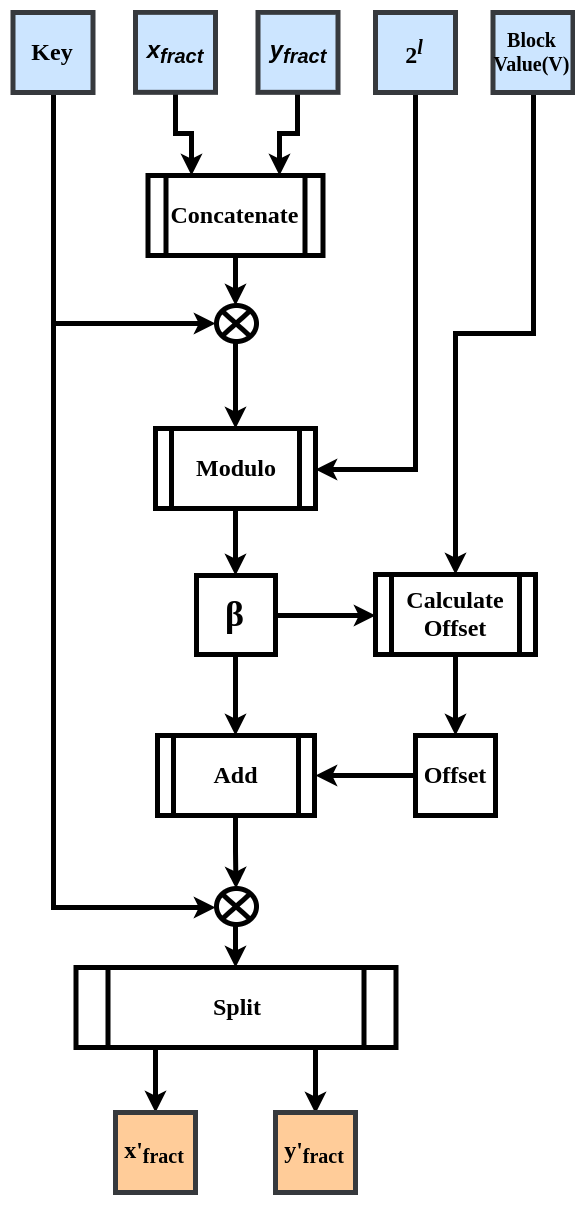
Above: Research paper/Point Shift.png in KriAga/Geo-Encryption-Algorithm (draw.io), before the change. Source tidied: cells renumbered, new cells last; positions are measured from the earlier drawing's top-left corner, leaving out a move shared by most shapes.
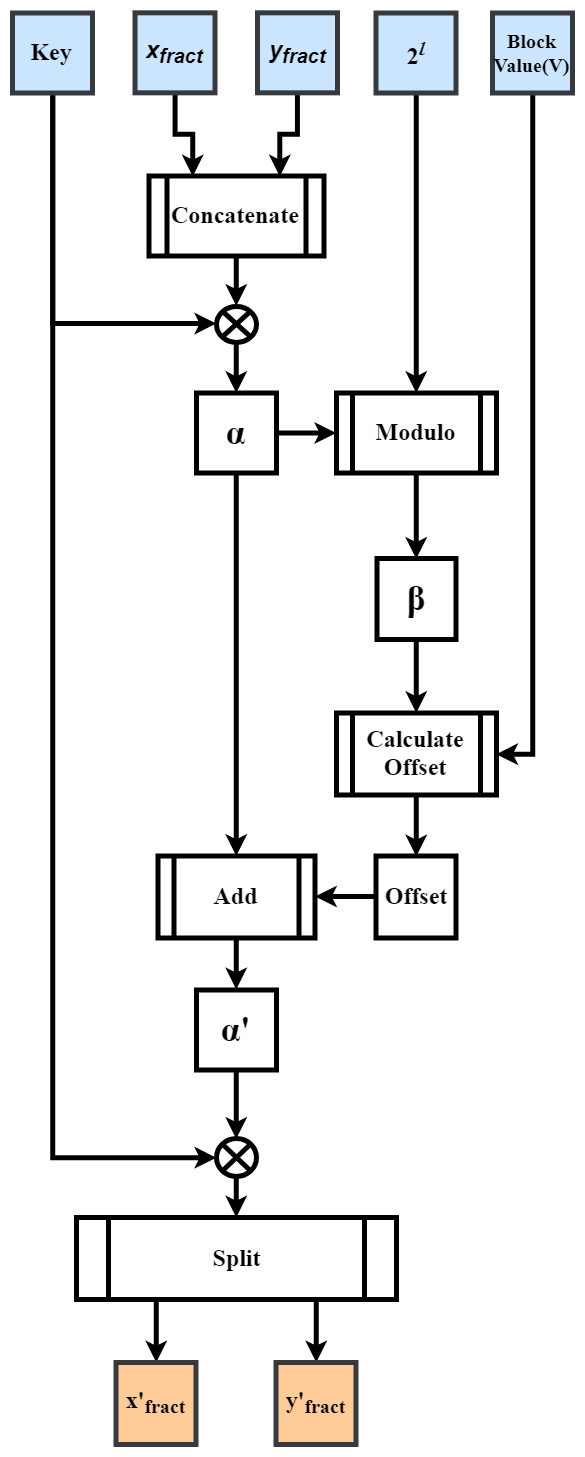
After the commit.

Diff of the diagram source:
```diff
@@ -6,64 +6,61 @@
       <mxGeometry relative="1" as="geometry" />
     </mxCell>
     <mxCell id="3" value="&lt;font style=&quot;font-size: 24px&quot; face=&quot;Times New Roman&quot;&gt;Concatenate&lt;/font&gt;" style="shape=process;whiteSpace=wrap;html=1;backgroundOutline=1;fillColor=none;strokeWidth=5;fontStyle=1;" parent="1" vertex="1">
-      <mxGeometry x="134.5" y="163" width="175" height="80" as="geometry" />
+      <mxGeometry x="-61.5" y="-48.5" width="175" height="80" as="geometry" />
     </mxCell>
-    <mxCell id="4" style="edgeStyle=orthogonalEdgeStyle;rounded=0;jettySize=auto;html=1;exitX=0.5;exitY=1;exitDx=0;exitDy=0;strokeWidth=5;fontStyle=1;" parent="1" edge="1" source="5" target="9">
-      <mxGeometry relative="1" as="geometry" />
-    </mxCell>
+    <mxCell id="35" style="edgeStyle=orthogonalEdgeStyle;rounded=0;jettySize=auto;html=1;exitX=0.5;exitY=1;exitDx=0;exitDy=0;entryX=0.5;entryY=0;entryDx=0;entryDy=0;strokeWidth=5;" parent="1" edge="1" source="5" target="39">
+      <mxGeometry relative="1" as="geometry" />
+    </mxCell>
     <mxCell id="5" style="shape=sumEllipse;perimeter=ellipsePerimeter;whiteSpace=wrap;html=1;backgroundOutline=1;fillColor=none;strokeWidth=5;fontStyle=1;" parent="1" vertex="1">
-      <mxGeometry x="202.5" y="293" width="40" height="36" as="geometry" />
+      <mxGeometry x="6" y="81.5" width="40" height="36" as="geometry" />
     </mxCell>
-    <mxCell id="6" style="edgeStyle=orthogonalEdgeStyle;rounded=0;jettySize=auto;html=1;exitX=0.5;exitY=1;exitDx=0;exitDy=0;entryX=1;entryY=0.5;entryDx=0;entryDy=0;strokeWidth=5;fontStyle=1;" parent="1" edge="1" source="7" target="9">
+    <mxCell id="6" style="edgeStyle=orthogonalEdgeStyle;rounded=0;jettySize=auto;html=1;exitX=0.5;exitY=1;exitDx=0;exitDy=0;entryX=0.5;entryY=0;entryDx=0;entryDy=0;strokeWidth=5;" parent="1" edge="1" source="7" target="9">
       <mxGeometry relative="1" as="geometry" />
     </mxCell>
     <mxCell id="7" value="&lt;font style=&quot;font-size: 24px&quot; face=&quot;Times New Roman&quot;&gt;2&lt;i&gt;&lt;sup&gt;l&lt;/sup&gt;&lt;/i&gt;&lt;/font&gt;" style="whiteSpace=wrap;html=1;fillColor=#cce5ff;strokeColor=#36393d;strokeWidth=5;fontStyle=1;" parent="1" vertex="1">
-      <mxGeometry x="362" width="80" height="80" as="geometry" />
+      <mxGeometry x="165.5" y="-211.5" width="80" height="80" as="geometry" />
     </mxCell>
-    <mxCell id="8" style="edgeStyle=orthogonalEdgeStyle;rounded=0;jettySize=auto;html=1;exitX=0.5;exitY=1;exitDx=0;exitDy=0;entryX=0.5;entryY=0;entryDx=0;entryDy=0;strokeWidth=5;fontStyle=1;" parent="1" edge="1" source="9" target="12">
+    <mxCell id="8" style="edgeStyle=orthogonalEdgeStyle;rounded=0;jettySize=auto;html=1;exitX=0.5;exitY=1;exitDx=0;exitDy=0;entryX=0.5;entryY=0;entryDx=0;entryDy=0;strokeWidth=5;" parent="1" edge="1" source="9" target="12">
       <mxGeometry relative="1" as="geometry" />
     </mxCell>
     <mxCell id="9" value="&lt;font face=&quot;Times New Roman&quot; style=&quot;font-size: 24px&quot;&gt;Modulo&lt;/font&gt;" style="shape=process;whiteSpace=wrap;html=1;backgroundOutline=1;fillColor=none;strokeWidth=5;fontStyle=1;" parent="1" vertex="1">
-      <mxGeometry x="142" y="416" width="160" height="80" as="geometry" />
+      <mxGeometry x="126" y="168.5" width="160" height="80" as="geometry" />
     </mxCell>
-    <mxCell id="10" style="edgeStyle=orthogonalEdgeStyle;rounded=0;jettySize=auto;html=1;exitX=1;exitY=0.5;exitDx=0;exitDy=0;strokeWidth=5;fontStyle=1;" parent="1" edge="1" source="12" target="14">
+    <mxCell id="10" style="edgeStyle=orthogonalEdgeStyle;rounded=0;jettySize=auto;html=1;exitX=0.5;exitY=1;exitDx=0;exitDy=0;entryX=0.5;entryY=0;entryDx=0;entryDy=0;strokeWidth=5;" parent="1" edge="1" source="12" target="14">
       <mxGeometry relative="1" as="geometry" />
     </mxCell>
-    <mxCell id="11" style="edgeStyle=orthogonalEdgeStyle;rounded=0;jettySize=auto;html=1;exitX=0.5;exitY=1;exitDx=0;exitDy=0;entryX=0.5;entryY=0;entryDx=0;entryDy=0;strokeWidth=5;fontStyle=1;" parent="1" edge="1" source="12" target="20">
-      <mxGeometry relative="1" as="geometry" />
-    </mxCell>
     <mxCell id="12" value="&lt;span&gt;&lt;font style=&quot;font-size: 36px&quot; face=&quot;Times New Roman&quot;&gt;β&lt;/font&gt;&lt;/span&gt;" style="whiteSpace=wrap;html=1;fillColor=none;strokeWidth=5;fontStyle=1;" parent="1" vertex="1">
-      <mxGeometry x="183" y="563" width="79" height="79" as="geometry" />
+      <mxGeometry x="166.5" y="334" width="79" height="81" as="geometry" />
     </mxCell>
-    <mxCell id="13" style="edgeStyle=orthogonalEdgeStyle;rounded=0;jettySize=auto;html=1;exitX=0.5;exitY=1;exitDx=0;exitDy=0;entryX=0.5;entryY=0;entryDx=0;entryDy=0;strokeWidth=5;fontStyle=1;" parent="1" edge="1" source="14" target="18">
+    <mxCell id="13" style="edgeStyle=orthogonalEdgeStyle;rounded=0;jettySize=auto;html=1;exitX=0.5;exitY=1;exitDx=0;exitDy=0;entryX=0.5;entryY=0;entryDx=0;entryDy=0;strokeWidth=5;" parent="1" edge="1" source="14" target="18">
       <mxGeometry relative="1" as="geometry" />
     </mxCell>
     <mxCell id="14" value="&lt;font face=&quot;Times New Roman&quot; style=&quot;font-size: 24px&quot;&gt;Calculate Offset&lt;/font&gt;" style="shape=process;whiteSpace=wrap;html=1;backgroundOutline=1;fillColor=none;strokeWidth=5;fontStyle=1;" parent="1" vertex="1">
-      <mxGeometry x="362" y="562" width="160" height="80" as="geometry" />
+      <mxGeometry x="126" y="488.5" width="160" height="82" as="geometry" />
     </mxCell>
-    <mxCell id="15" style="edgeStyle=orthogonalEdgeStyle;rounded=0;jettySize=auto;html=1;exitX=0.5;exitY=1;exitDx=0;exitDy=0;strokeWidth=5;fontStyle=1;" parent="1" edge="1" source="16" target="14">
+    <mxCell id="15" style="edgeStyle=orthogonalEdgeStyle;rounded=0;jettySize=auto;html=1;exitX=0.5;exitY=1;exitDx=0;exitDy=0;entryX=1;entryY=0.5;entryDx=0;entryDy=0;strokeWidth=5;" parent="1" edge="1" source="16" target="14">
       <mxGeometry relative="1" as="geometry" />
     </mxCell>
     <mxCell id="16" value="&lt;font face=&quot;Times New Roman&quot; style=&quot;font-size: 20px&quot;&gt;Block Value(V)&lt;/font&gt;" style="whiteSpace=wrap;html=1;fillColor=#cce5ff;fontSize=18;strokeColor=#36393d;strokeWidth=5;fontStyle=1;" parent="1" vertex="1">
-      <mxGeometry x="479.5" width="80" height="80" as="geometry" />
+      <mxGeometry x="282" y="-211.5" width="80" height="80" as="geometry" />
     </mxCell>
     <mxCell id="17" style="edgeStyle=orthogonalEdgeStyle;rounded=0;jettySize=auto;html=1;exitX=0;exitY=0.5;exitDx=0;exitDy=0;entryX=1;entryY=0.5;entryDx=0;entryDy=0;strokeWidth=5;" parent="1" edge="1" source="18" target="20">
       <mxGeometry relative="1" as="geometry" />
     </mxCell>
     <mxCell id="18" value="&lt;font face=&quot;Times New Roman&quot; style=&quot;font-size: 24px&quot;&gt;Offset&lt;/font&gt;" style="whiteSpace=wrap;html=1;fillColor=none;strokeWidth=5;fontStyle=1;" parent="1" vertex="1">
-      <mxGeometry x="402" y="723" width="80" height="80" as="geometry" />
+      <mxGeometry x="165.5" y="631.5" width="80" height="82" as="geometry" />
     </mxCell>
-    <mxCell id="19" style="edgeStyle=orthogonalEdgeStyle;rounded=0;jettySize=auto;html=1;exitX=0.5;exitY=1;exitDx=0;exitDy=0;strokeWidth=5;" parent="1" edge="1" source="20" target="22">
-      <mxGeometry relative="1" as="geometry" />
-    </mxCell>
+    <mxCell id="36" style="edgeStyle=orthogonalEdgeStyle;rounded=0;jettySize=auto;html=1;exitX=0.5;exitY=1;exitDx=0;exitDy=0;entryX=0.5;entryY=0;entryDx=0;entryDy=0;strokeWidth=5;" parent="1" edge="1" source="20" target="41">
+      <mxGeometry relative="1" as="geometry" />
+    </mxCell>
     <mxCell id="20" value="&lt;font face=&quot;Times New Roman&quot; style=&quot;font-size: 24px&quot;&gt;Add&lt;/font&gt;" style="shape=process;whiteSpace=wrap;html=1;backgroundOutline=1;fillColor=none;strokeWidth=5;fontStyle=1;" parent="1" vertex="1">
-      <mxGeometry x="144" y="723" width="157" height="80" as="geometry" />
+      <mxGeometry x="-52.5" y="631.5" width="157" height="82" as="geometry" />
     </mxCell>
     <mxCell id="21" style="edgeStyle=orthogonalEdgeStyle;rounded=0;jettySize=auto;html=1;exitX=0.5;exitY=1;exitDx=0;exitDy=0;strokeWidth=5;" parent="1" edge="1" source="22" target="25">
       <mxGeometry relative="1" as="geometry" />
     </mxCell>
     <mxCell id="22" style="shape=sumEllipse;perimeter=ellipsePerimeter;whiteSpace=wrap;html=1;backgroundOutline=1;fillColor=none;strokeWidth=5;fontStyle=1;" parent="1" vertex="1">
-      <mxGeometry x="202.5" y="876" width="40" height="36" as="geometry" />
+      <mxGeometry x="6" y="914" width="40" height="38" as="geometry" />
     </mxCell>
     <mxCell id="23" style="edgeStyle=orthogonalEdgeStyle;rounded=0;jettySize=auto;html=1;exitX=0.75;exitY=1;exitDx=0;exitDy=0;entryX=0.5;entryY=0;entryDx=0;entryDy=0;strokeWidth=5;" parent="1" edge="1" source="25" target="30">
       <mxGeometry relative="1" as="geometry" />
@@ -72,7 +69,7 @@
       <mxGeometry relative="1" as="geometry" />
     </mxCell>
     <mxCell id="25" value="&lt;font style=&quot;font-size: 24px&quot; face=&quot;Times New Roman&quot;&gt;Split&lt;/font&gt;" style="shape=process;whiteSpace=wrap;html=1;backgroundOutline=1;fillColor=none;strokeWidth=5;fontStyle=1;" parent="1" vertex="1">
-      <mxGeometry x="62.5" y="955" width="320" height="80" as="geometry" />
+      <mxGeometry x="-134" y="993" width="320" height="82" as="geometry" />
     </mxCell>
     <mxCell id="26" style="edgeStyle=orthogonalEdgeStyle;rounded=0;jettySize=auto;html=1;exitX=0.5;exitY=1;exitDx=0;exitDy=0;entryX=0;entryY=0.5;entryDx=0;entryDy=0;strokeWidth=5;" parent="1" edge="1" source="28" target="5">
       <mxGeometry relative="1" as="geometry" />
@@ -81,25 +78,40 @@
       <mxGeometry relative="1" as="geometry" />
     </mxCell>
     <mxCell id="28" value="&lt;font style=&quot;font-size: 24px&quot; face=&quot;Times New Roman&quot;&gt;Key&lt;/font&gt;" style="whiteSpace=wrap;html=1;fillColor=#cce5ff;strokeWidth=5;fontStyle=1;strokeColor=#36393d;" parent="1" vertex="1">
-      <mxGeometry x="-0.5" width="80" height="80" as="geometry" />
+      <mxGeometry x="-198" y="-211.5" width="80" height="80" as="geometry" />
     </mxCell>
     <mxCell id="29" value="&lt;font face=&quot;Times New Roman&quot; style=&quot;font-size: 24px&quot;&gt;x'&lt;sub&gt;fract&lt;/sub&gt;&lt;/font&gt;" style="whiteSpace=wrap;html=1;fillColor=#ffcc99;strokeWidth=5;fontStyle=1;strokeColor=#36393d;" parent="1" vertex="1">
-      <mxGeometry x="102" y="1100" width="80" height="80" as="geometry" />
+      <mxGeometry x="-94.5" y="1138" width="80" height="82" as="geometry" />
     </mxCell>
     <mxCell id="30" value="&lt;font face=&quot;Times New Roman&quot; style=&quot;font-size: 24px&quot;&gt;y'&lt;sub&gt;fract&lt;/sub&gt;&lt;/font&gt;" style="whiteSpace=wrap;html=1;fillColor=#ffcc99;strokeWidth=5;fontStyle=1;strokeColor=#36393d;" parent="1" vertex="1">
-      <mxGeometry x="262" y="1100" width="80" height="80" as="geometry" />
+      <mxGeometry x="65.5" y="1138" width="80" height="82" as="geometry" />
     </mxCell>
     <mxCell id="31" style="edgeStyle=orthogonalEdgeStyle;rounded=0;jettySize=auto;html=1;exitX=0.5;exitY=1;exitDx=0;exitDy=0;entryX=0.25;entryY=0;entryDx=0;entryDy=0;strokeWidth=5;" parent="1" edge="1" source="32" target="3">
       <mxGeometry relative="1" as="geometry" />
     </mxCell>
     <mxCell id="32" value="&lt;font style=&quot;font-size: 24px&quot;&gt;&lt;i&gt;x&lt;sub&gt;fract&lt;/sub&gt;&lt;/i&gt;&lt;/font&gt;" style="whiteSpace=wrap;html=1;strokeWidth=5;fontStyle=1;fillColor=#cce5ff;strokeColor=#36393d;" parent="1" vertex="1">
-      <mxGeometry x="122" y="-0.2" width="80" height="80" as="geometry" />
+      <mxGeometry x="-75.5" y="-211.7" width="80" height="80" as="geometry" />
     </mxCell>
     <mxCell id="33" style="edgeStyle=orthogonalEdgeStyle;rounded=0;jettySize=auto;html=1;exitX=0.5;exitY=1;exitDx=0;exitDy=0;strokeWidth=5;entryX=0.75;entryY=0;entryDx=0;entryDy=0;" parent="1" edge="1" source="34" target="3">
       <mxGeometry relative="1" as="geometry" />
     </mxCell>
     <mxCell id="34" value="&lt;font style=&quot;font-size: 24px&quot;&gt;&lt;i&gt;y&lt;sub&gt;fract&lt;/sub&gt;&lt;/i&gt;&lt;/font&gt;" style="whiteSpace=wrap;html=1;strokeWidth=5;fontStyle=1;fillColor=#cce5ff;strokeColor=#36393d;" parent="1" vertex="1">
-      <mxGeometry x="244.5" y="-0.2" width="80" height="80" as="geometry" />
+      <mxGeometry x="47" y="-211.7" width="80" height="80" as="geometry" />
     </mxCell>
+    <mxCell id="37" style="edgeStyle=orthogonalEdgeStyle;rounded=0;jettySize=auto;html=1;exitX=0.5;exitY=1;exitDx=0;exitDy=0;strokeWidth=5;" parent="1" edge="1" source="39" target="20">
+      <mxGeometry relative="1" as="geometry" />
+    </mxCell>
+    <mxCell id="38" style="edgeStyle=orthogonalEdgeStyle;rounded=0;jettySize=auto;html=1;exitX=1;exitY=0.5;exitDx=0;exitDy=0;entryX=0;entryY=0.5;entryDx=0;entryDy=0;strokeWidth=5;" parent="1" edge="1" source="39" target="9">
+      <mxGeometry relative="1" as="geometry" />
+    </mxCell>
+    <mxCell id="39" value="&lt;span&gt;&lt;font face=&quot;Times New Roman&quot; style=&quot;font-size: 36px&quot;&gt;&lt;b&gt;α&lt;/b&gt;&lt;/font&gt;&lt;/span&gt;" style="whiteSpace=wrap;html=1;strokeWidth=5;" parent="1" vertex="1">
+      <mxGeometry x="-14" y="168.5" width="80" height="80" as="geometry" />
+    </mxCell>
+    <mxCell id="40" style="edgeStyle=orthogonalEdgeStyle;rounded=0;jettySize=auto;html=1;exitX=0.5;exitY=1;exitDx=0;exitDy=0;entryX=0.5;entryY=0;entryDx=0;entryDy=0;strokeWidth=5;" parent="1" edge="1" source="41" target="22">
+      <mxGeometry relative="1" as="geometry" />
+    </mxCell>
+    <mxCell id="41" value="&lt;font face=&quot;Times New Roman&quot; style=&quot;font-size: 36px&quot;&gt;&lt;b&gt;α'&lt;/b&gt;&lt;/font&gt;" style="whiteSpace=wrap;html=1;strokeWidth=5;" parent="1" vertex="1">
+      <mxGeometry x="-14" y="765.5" width="80" height="80" as="geometry" />
+    </mxCell>
   </root>
 </mxGraphModel>
```
